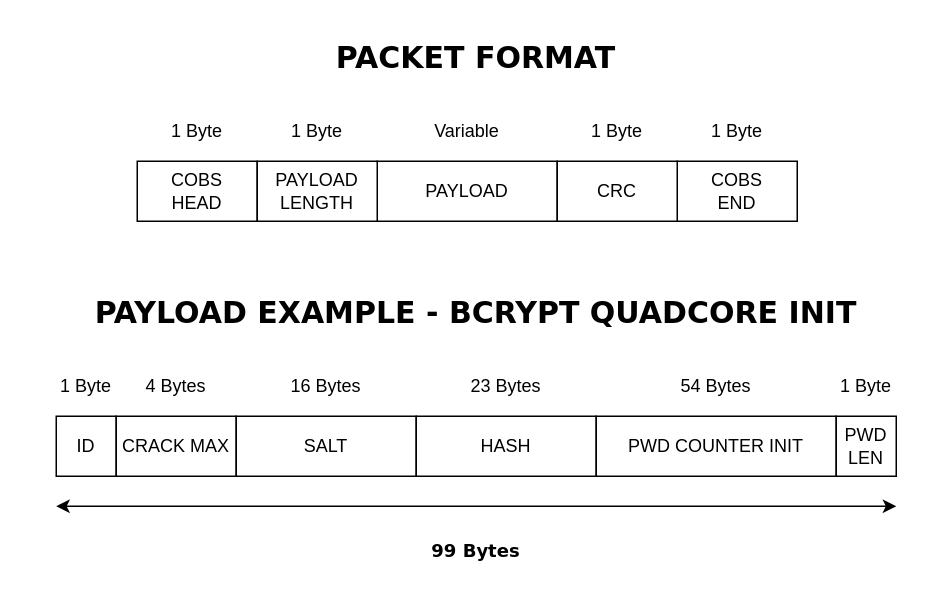
Djokzer/fpga_bruteforce_attack keeps this draw.io diagram as page "mosi_packet_format" (5 of 7) of assets/drawio/communication_protocol.drawio. Above is the earlier version. Source tidied: cells renumbered, new cells numbered last; positions are measured from the earlier drawing's top-left corner, leaving out a move shared by most shapes. Both pictures are drawn from the tidied source at 150%, with x=0, y=0 at pixel (26, 26).
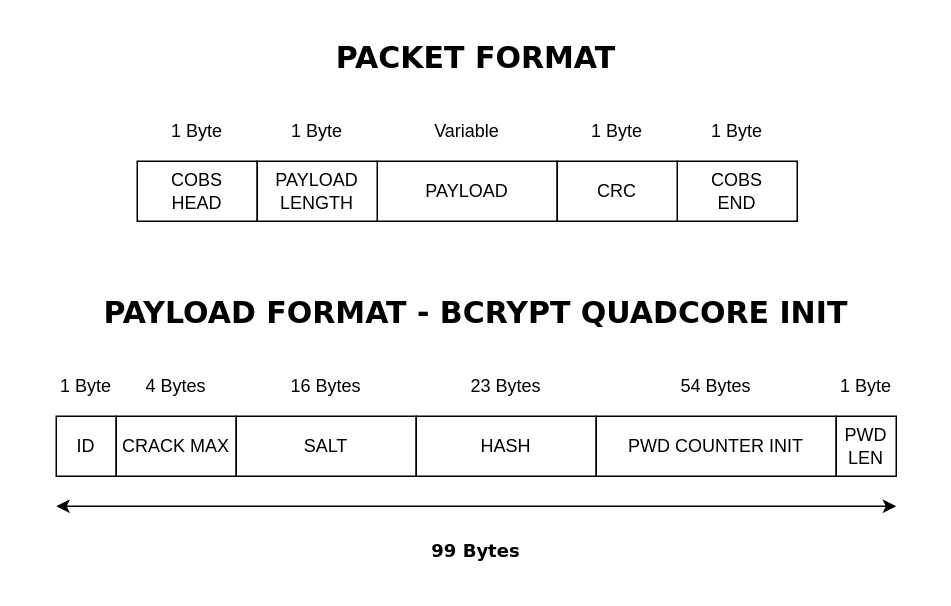
The same page after the edit.

The edit, as a diff of the source:
```diff
@@
-    <mxCell id="14" value="PAYLOAD EXAMPLE - BCRYPT QUADCORE INIT" style="rounded=0;whiteSpace=wrap;html=1;fillColor=none;strokeColor=none;fontFamily=Verdana;fontStyle=1;fontSize=20;" parent="1" vertex="1">
+    <mxCell id="14" value="PAYLOAD FORMAT - BCRYPT QUADCORE INIT" style="rounded=0;whiteSpace=wrap;html=1;fillColor=none;strokeColor=none;fontFamily=Verdana;fontStyle=1;fontSize=20;" parent="1" vertex="1">
       <mxGeometry y="170" width="600" height="40" as="geometry" />
     </mxCell>
```
